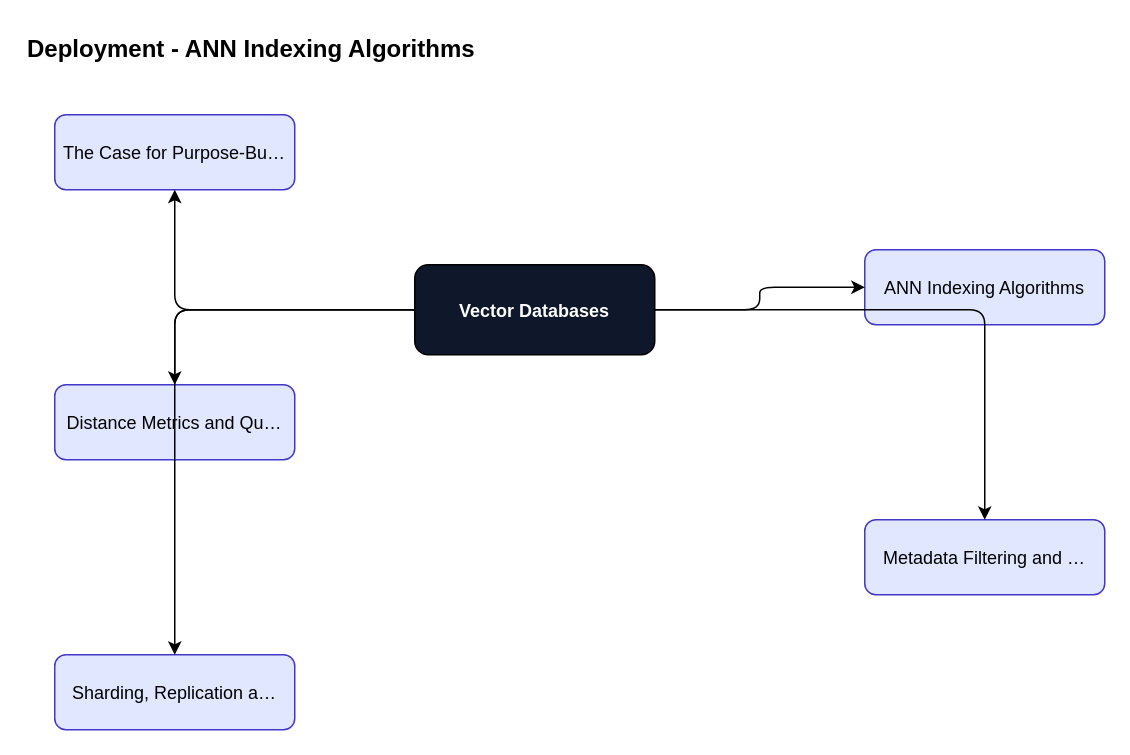
ankit05121980/AI-University keeps this draw.io diagram as content/vector-databases/vector-databases-foundations/diagrams/fig-002-deployment.drawio. Above is the earlier version. Source tidied: cells renumbered, new cells numbered last; positions are measured from the earlier drawing's top-left corner, leaving out a move shared by most shapes. Both pictures are drawn from the tidied source at 150%, with x=0, y=0 at pixel (24, 24).
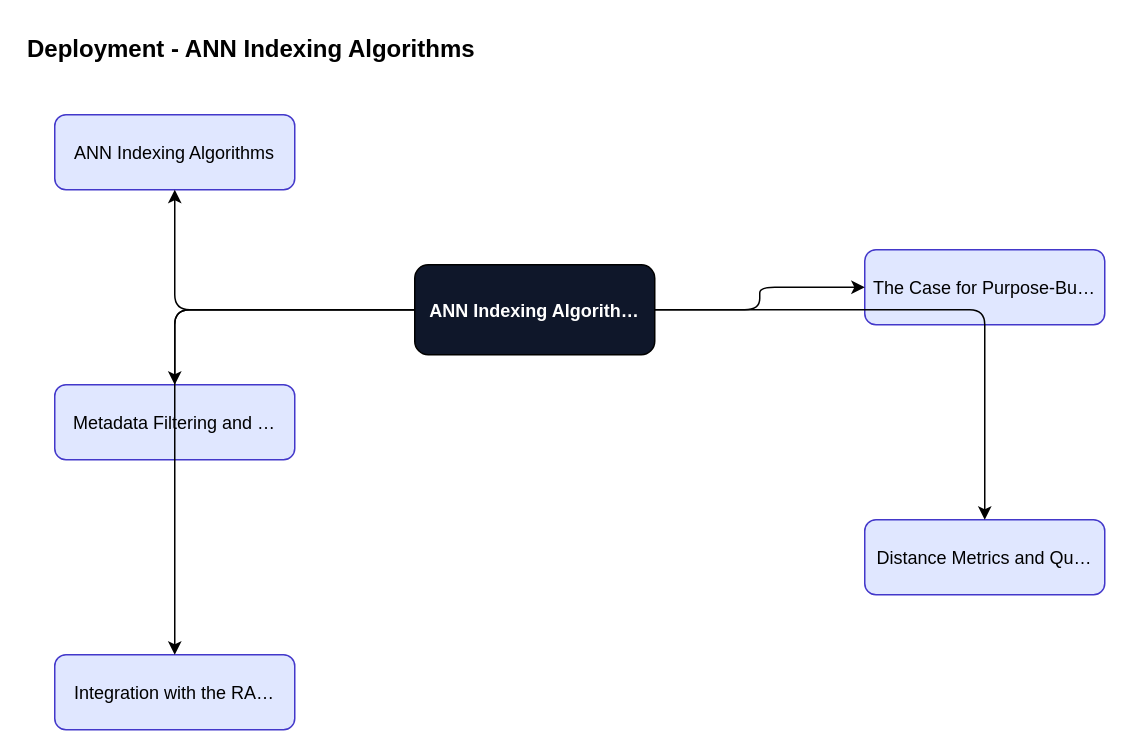
Above is the later version.

The edit, as a diff of the source:
```diff
@@
 <mxGraphModel>
   <root>
     <mxCell id="0" />
     <mxCell id="1" parent="0" />
     <mxCell id="2" value="Deployment - ANN Indexing Algorithms" style="text;fontSize=16;fontStyle=1;" parent="1" vertex="1">
       <mxGeometry width="600" height="30" as="geometry" />
     </mxCell>
-    <mxCell id="3" value="Vector Databases" style="rounded=1;fillColor=#0f172a;fontColor=#ffffff;fontStyle=1;" parent="1" vertex="1">
+    <mxCell id="3" value="ANN Indexing Algorith…" style="rounded=1;fillColor=#0f172a;fontColor=#ffffff;fontStyle=1;" parent="1" vertex="1">
       <mxGeometry x="260" y="160" width="160" height="60" as="geometry" />
     </mxCell>
-    <mxCell id="4" value="The Case for Purpose-Bu…" style="rounded=1;fillColor=#e0e7ff;strokeColor=#4338ca;" parent="1" vertex="1">
+    <mxCell id="4" value="ANN Indexing Algorithms" style="rounded=1;fillColor=#e0e7ff;strokeColor=#4338ca;" parent="1" vertex="1">
       <mxGeometry x="20" y="60" width="160" height="50" as="geometry" />
     </mxCell>
     <mxCell id="5" style="edgeStyle=orthogonalEdgeStyle;" parent="1" edge="1" source="3" target="4">
       <mxGeometry relative="1" as="geometry" />
     </mxCell>
-    <mxCell id="6" value="ANN Indexing Algorithms" style="rounded=1;fillColor=#e0e7ff;strokeColor=#4338ca;" parent="1" vertex="1">
+    <mxCell id="6" value="The Case for Purpose-Bu…" style="rounded=1;fillColor=#e0e7ff;strokeColor=#4338ca;" parent="1" vertex="1">
       <mxGeometry x="560" y="150" width="160" height="50" as="geometry" />
     </mxCell>
     <mxCell id="7" style="edgeStyle=orthogonalEdgeStyle;" parent="1" edge="1" source="3" target="6">
       <mxGeometry relative="1" as="geometry" />
     </mxCell>
-    <mxCell id="8" value="Distance Metrics and Qu…" style="rounded=1;fillColor=#e0e7ff;strokeColor=#4338ca;" parent="1" vertex="1">
+    <mxCell id="8" value="Metadata Filtering and …" style="rounded=1;fillColor=#e0e7ff;strokeColor=#4338ca;" parent="1" vertex="1">
       <mxGeometry x="20" y="240" width="160" height="50" as="geometry" />
     </mxCell>
     <mxCell id="9" style="edgeStyle=orthogonalEdgeStyle;" parent="1" edge="1" source="3" target="8">
       <mxGeometry relative="1" as="geometry" />
     </mxCell>
-    <mxCell id="10" value="Metadata Filtering and …" style="rounded=1;fillColor=#e0e7ff;strokeColor=#4338ca;" parent="1" vertex="1">
+    <mxCell id="10" value="Distance Metrics and Qu…" style="rounded=1;fillColor=#e0e7ff;strokeColor=#4338ca;" parent="1" vertex="1">
       <mxGeometry x="560" y="330" width="160" height="50" as="geometry" />
     </mxCell>
     <mxCell id="11" style="edgeStyle=orthogonalEdgeStyle;" parent="1" edge="1" source="3" target="10">
       <mxGeometry relative="1" as="geometry" />
     </mxCell>
-    <mxCell id="12" value="Sharding, Replication a…" style="rounded=1;fillColor=#e0e7ff;strokeColor=#4338ca;" parent="1" vertex="1">
+    <mxCell id="12" value="Integration with the RA…" style="rounded=1;fillColor=#e0e7ff;strokeColor=#4338ca;" parent="1" vertex="1">
       <mxGeometry x="20" y="420" width="160" height="50" as="geometry" />
     </mxCell>
     <mxCell id="13" style="edgeStyle=orthogonalEdgeStyle;" parent="1" edge="1" source="3" target="12">
       <mxGeometry relative="1" as="geometry" />
     </mxCell>
   </root>
 </mxGraphModel>
```
